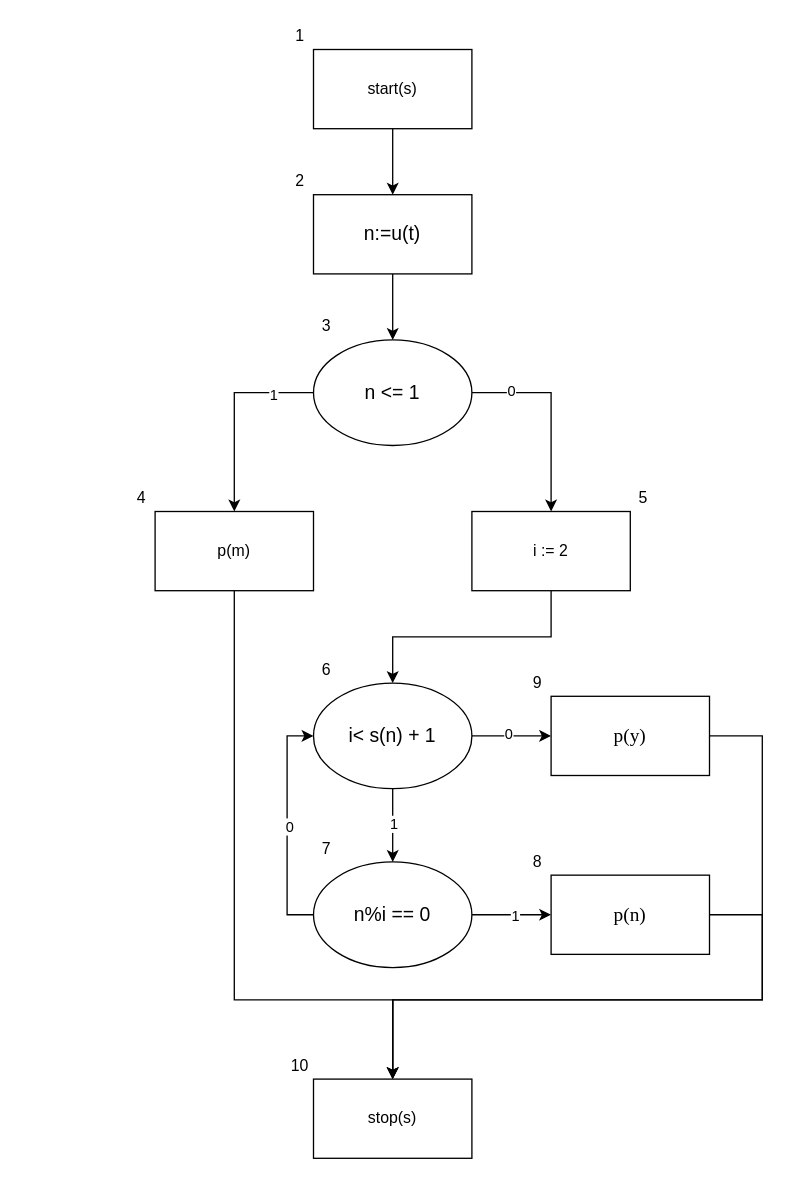
The draw.io diagram lab-3/Диаграмма без названия.drawio in 1n6ty/NSTU-lab, before the edit. Source tidied: cells renumbered, new cells numbered last; positions are measured from the earlier drawing's top-left corner, leaving out a move shared by most shapes. Both pictures are drawn from the tidied source at 132%, with x=0, y=0 at pixel (128, 22).
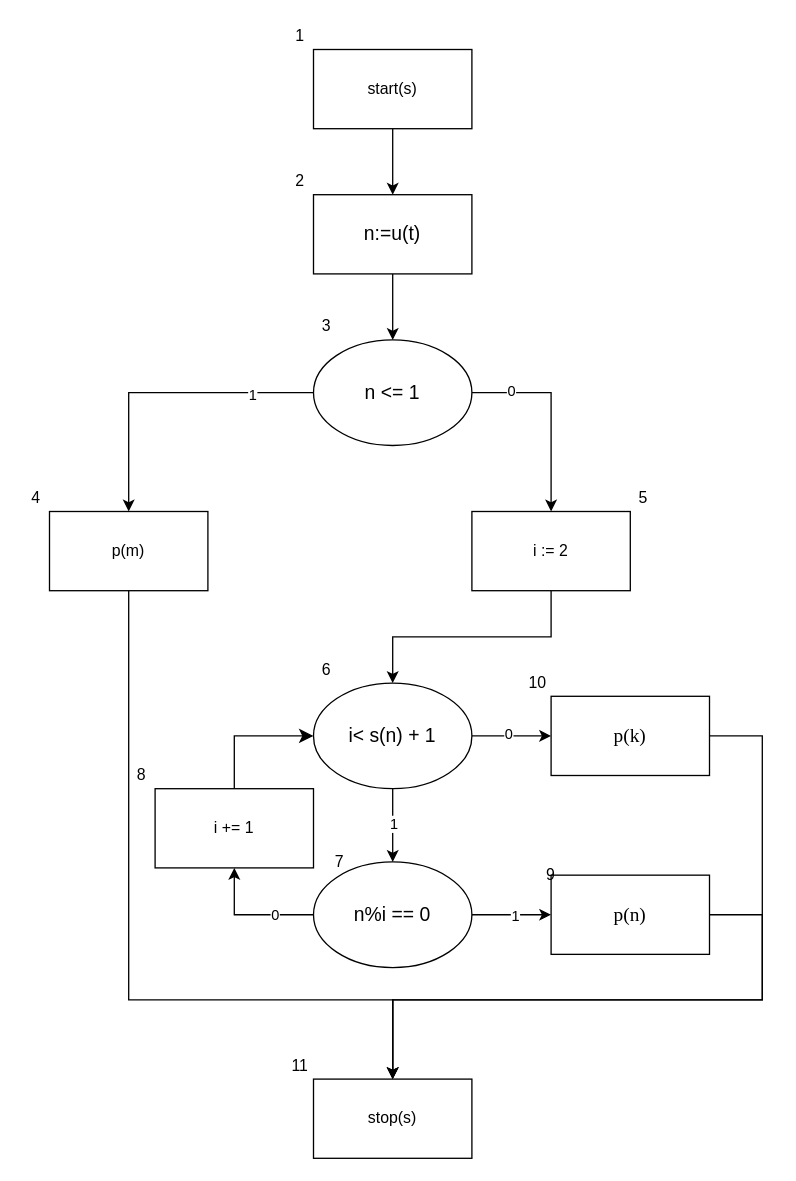
After the change.

Unchanged cells that the change refers to:
```xml
<mxCell id="10" value="&lt;span style=&quot;font-size:11.0pt;line-height:&lt;br/&gt;107%;font-family:&amp;quot;Calibri&amp;quot;,sans-serif;mso-ascii-theme-font:minor-latin;&lt;br/&gt;mso-fareast-font-family:Calibri;mso-fareast-theme-font:minor-latin;mso-hansi-theme-font:&lt;br/&gt;minor-latin;mso-bidi-font-family:&amp;quot;Times New Roman&amp;quot;;mso-bidi-theme-font:minor-bidi;&lt;br/&gt;mso-ansi-language:EN-US;mso-fareast-language:EN-US;mso-bidi-language:AR-SA&quot; lang=&quot;EN-US&quot;&gt;n &amp;lt;= 1&lt;/span&gt;" style="ellipse;whiteSpace=wrap;html=1;" parent="1" vertex="1">
  <mxGeometry x="140" y="240" width="120" height="80" as="geometry" />
</mxCell>
<mxCell id="19" value="&lt;span style=&quot;font-size:11.0pt;line-height:&lt;br/&gt;107%;font-family:&amp;quot;Calibri&amp;quot;,sans-serif;mso-ascii-theme-font:minor-latin;&lt;br/&gt;mso-fareast-font-family:Calibri;mso-fareast-theme-font:minor-latin;mso-hansi-theme-font:&lt;br/&gt;minor-latin;mso-bidi-font-family:&amp;quot;Times New Roman&amp;quot;;mso-bidi-theme-font:minor-bidi;&lt;br/&gt;mso-ansi-language:EN-US;mso-fareast-language:EN-US;mso-bidi-language:AR-SA&quot; lang=&quot;EN-US&quot;&gt;i&amp;lt; s(n) + 1&lt;/span&gt;" style="ellipse;whiteSpace=wrap;html=1;" parent="1" vertex="1">
  <mxGeometry x="140" y="500" width="120" height="80" as="geometry" />
</mxCell>
<mxCell id="24" value="&lt;span style=&quot;font-size:11.0pt;line-height:&lt;br/&gt;107%;font-family:&amp;quot;Calibri&amp;quot;,sans-serif;mso-ascii-theme-font:minor-latin;&lt;br/&gt;mso-fareast-font-family:Calibri;mso-fareast-theme-font:minor-latin;mso-hansi-theme-font:&lt;br/&gt;minor-latin;mso-bidi-font-family:&amp;quot;Times New Roman&amp;quot;;mso-bidi-theme-font:minor-bidi;&lt;br/&gt;mso-ansi-language:EN-US;mso-fareast-language:EN-US;mso-bidi-language:AR-SA&quot; lang=&quot;EN-US&quot;&gt;n%i == 0&lt;/span&gt;" style="ellipse;whiteSpace=wrap;html=1;" parent="1" vertex="1">
  <mxGeometry x="140" y="635.5" width="120" height="80" as="geometry" />
</mxCell>
<mxCell id="29" value="stop(s)" style="rounded=0;whiteSpace=wrap;html=1;" parent="1" vertex="1">
  <mxGeometry x="140" y="800" width="120" height="60" as="geometry" />
</mxCell>
```

Change to the diagram source:
```diff
@@
     <mxCell id="6" style="edgeStyle=orthogonalEdgeStyle;rounded=0;jettySize=auto;html=1;entryX=0.5;entryY=0;entryDx=0;entryDy=0;" parent="1" edge="1" source="10" target="12">
       <mxGeometry relative="1" as="geometry">
         <Array as="points">
-          <mxPoint x="80" y="280" />
+          <mxPoint y="280" />
         </Array>
       </mxGeometry>
     </mxCell>
@@
     <mxCell id="11" style="edgeStyle=orthogonalEdgeStyle;rounded=0;jettySize=auto;html=1;entryX=0.5;entryY=0;entryDx=0;entryDy=0;" parent="1" edge="1" source="12" target="29">
       <mxGeometry relative="1" as="geometry">
         <Array as="points">
-          <mxPoint x="80" y="740" />
+          <mxPoint y="400" />
+          <mxPoint y="740" />
           <mxPoint x="200" y="740" />
         </Array>
       </mxGeometry>
     </mxCell>
     <mxCell id="12" value="p(m)" style="rounded=0;whiteSpace=wrap;html=1;" parent="1" vertex="1">
-      <mxGeometry x="20" y="370" width="120" height="60" as="geometry" />
+      <mxGeometry x="-60" y="370" width="120" height="60" as="geometry" />
     </mxCell>
@@
-    <mxCell id="20" style="edgeStyle=orthogonalEdgeStyle;rounded=0;jettySize=auto;html=1;entryX=0;entryY=0.5;entryDx=0;entryDy=0;" parent="1" edge="1" source="24" target="19">
+    <mxCell id="20" style="edgeStyle=orthogonalEdgeStyle;rounded=0;jettySize=auto;html=1;entryX=0.5;entryY=1;entryDx=0;entryDy=0;" parent="1" edge="1" source="24" target="41">
       <mxGeometry relative="1" as="geometry">
         <Array as="points">
-          <mxPoint x="120" y="675.5" />
-          <mxPoint x="120" y="540.5" />
+          <mxPoint x="80" y="676" />
         </Array>
       </mxGeometry>
     </mxCell>
     <mxCell id="21" value="0" style="edgeLabel;html=1;align=center;verticalAlign=middle;" parent="20" vertex="1">
       <mxGeometry y="-1" relative="1" as="geometry">
-        <mxPoint y="1" as="offset" />
+        <mxPoint x="18" y="1" as="offset" />
       </mxGeometry>
     </mxCell>
@@
-    <mxCell id="26" value="&lt;span style=&quot;font-size:11.0pt;line-height:&lt;br/&gt;107%;font-family:&amp;quot;Times New Roman&amp;quot;,serif;mso-fareast-font-family:Calibri;&lt;br/&gt;mso-fareast-theme-font:minor-latin;mso-ansi-language:EN-US;mso-fareast-language:&lt;br/&gt;EN-US;mso-bidi-language:AR-SA&quot; lang=&quot;EN-US&quot;&gt;p(y)&lt;/span&gt;" style="rounded=0;whiteSpace=wrap;html=1;" parent="1" vertex="1">
+    <mxCell id="26" value="&lt;span style=&quot;font-size:11.0pt;line-height:&lt;br/&gt;107%;font-family:&amp;quot;Times New Roman&amp;quot;,serif;mso-fareast-font-family:Calibri;&lt;br/&gt;mso-fareast-theme-font:minor-latin;mso-ansi-language:EN-US;mso-fareast-language:&lt;br/&gt;EN-US;mso-bidi-language:AR-SA&quot; lang=&quot;EN-US&quot;&gt;p(k)&lt;/span&gt;" style="rounded=0;whiteSpace=wrap;html=1;" parent="1" vertex="1">
       <mxGeometry x="320" y="510" width="120" height="60" as="geometry" />
     </mxCell>
@@
     <mxCell id="33" value="4" style="text;html=1;align=center;verticalAlign=middle;whiteSpace=wrap;rounded=0;" parent="1" vertex="1">
-      <mxGeometry y="350" width="20" height="20" as="geometry" />
+      <mxGeometry x="-80" y="350" width="20" height="20" as="geometry" />
     </mxCell>
@@
-    <mxCell id="35" value="10" style="text;html=1;align=center;verticalAlign=middle;whiteSpace=wrap;rounded=0;" parent="1" vertex="1">
+    <mxCell id="35" value="11" style="text;html=1;align=center;verticalAlign=middle;whiteSpace=wrap;rounded=0;" parent="1" vertex="1">
       <mxGeometry x="120" y="780" width="20" height="20" as="geometry" />
     </mxCell>
@@
     <mxCell id="37" value="7" style="text;html=1;align=center;verticalAlign=middle;whiteSpace=wrap;rounded=0;" parent="1" vertex="1">
-      <mxGeometry x="140" y="615.5" width="20" height="20" as="geometry" />
+      <mxGeometry x="150" y="625.5" width="20" height="20" as="geometry" />
     </mxCell>
-    <mxCell id="38" value="9" style="text;html=1;align=center;verticalAlign=middle;whiteSpace=wrap;rounded=0;" parent="1" vertex="1">
+    <mxCell id="38" value="10" style="text;html=1;align=center;verticalAlign=middle;whiteSpace=wrap;rounded=0;" parent="1" vertex="1">
       <mxGeometry x="300" y="490" width="20" height="20" as="geometry" />
     </mxCell>
     <mxCell id="39" value="8" style="text;html=1;align=center;verticalAlign=middle;whiteSpace=wrap;rounded=0;" parent="1" vertex="1">
-      <mxGeometry x="300" y="625.5" width="20" height="20" as="geometry" />
+      <mxGeometry y="560" width="20" height="20" as="geometry" />
     </mxCell>
+    <mxCell id="40" style="edgeStyle=orthogonalEdgeStyle;rounded=0;jettySize=auto;html=1;entryX=0;entryY=0.5;entryDx=0;entryDy=0;fontSize=12;startSize=8;endSize=8;" parent="1" edge="1" source="41" target="19">
+      <mxGeometry relative="1" as="geometry" />
+    </mxCell>
+    <mxCell id="41" value="i += 1" style="rounded=0;whiteSpace=wrap;html=1;" parent="1" vertex="1">
+      <mxGeometry x="20" y="580" width="120" height="60" as="geometry" />
+    </mxCell>
+    <mxCell id="42" value="9" style="text;html=1;align=center;verticalAlign=middle;whiteSpace=wrap;rounded=0;" parent="1" vertex="1">
+      <mxGeometry x="310" y="635.5" width="20" height="20" as="geometry" />
+    </mxCell>
```
